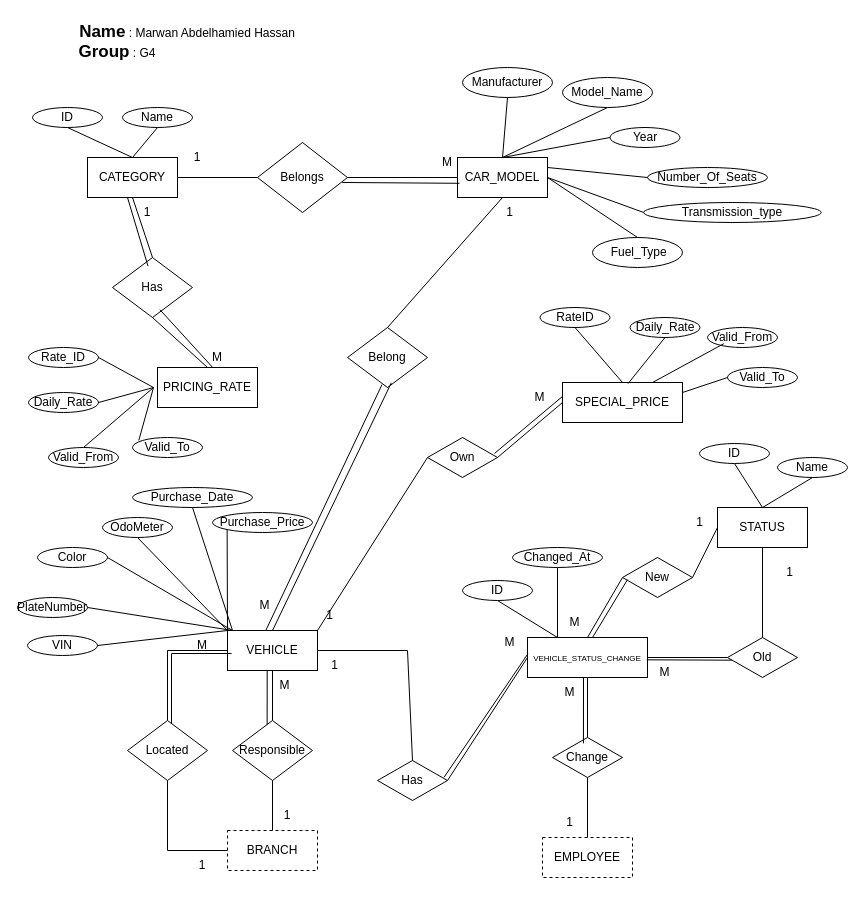
Before: page "Fleet, Categories, and Pricing" (2 of 16) of DriveNow.drawio in Maro282/Maro282-Database-Assignment-1, a draw.io diagram. Source tidied: cells renumbered, new cells numbered last; positions are measured from the earlier drawing's top-left corner, leaving out a move shared by most shapes. Both pictures are drawn from the tidied source at 100%, with x=0, y=0 at pixel (17, 17).
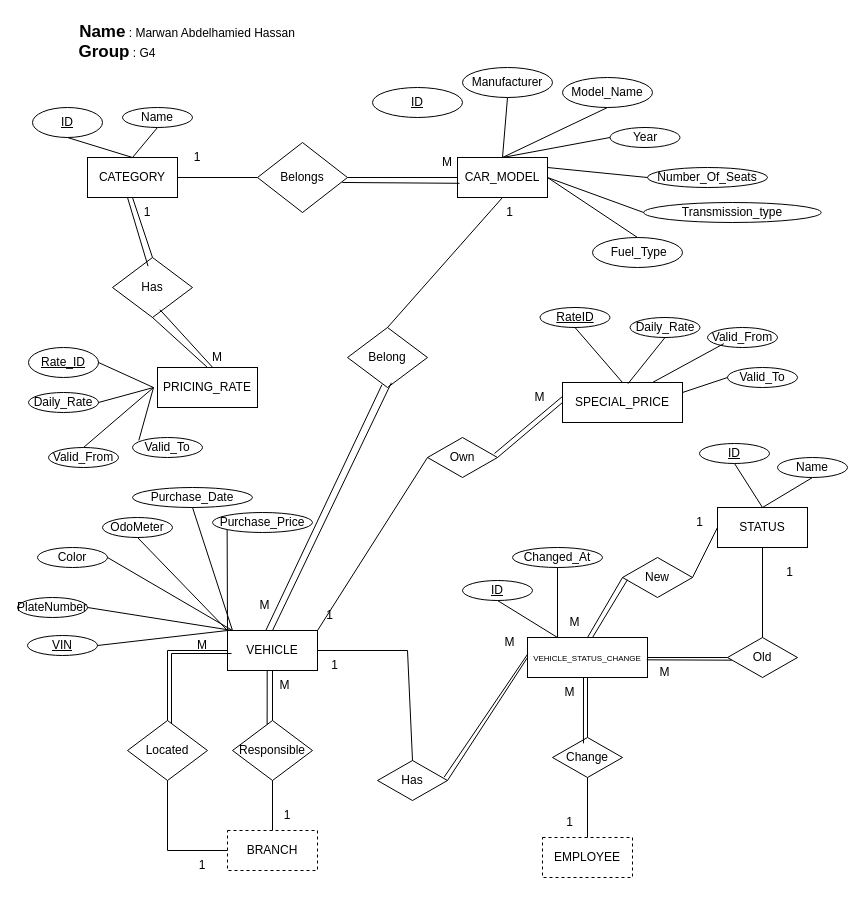
The same page after the edit.

The edit, as a diff of the source:
```diff
@@
-    <mxCell id="11" value="Has" style="rhombus;whiteSpace=wrap;html=1;shapeInside=1;" parent="1" vertex="1">
+    <mxCell id="11" value="Has" style="rhombus;whiteSpace=wrap;html=1;shapeInside=1;fontStyle=0;" parent="1" vertex="1">
       <mxGeometry x="95" y="240" width="80" height="60" as="geometry" />
     </mxCell>
@@
-    <mxCell id="73" value="ID" style="ellipse;whiteSpace=wrap;html=1;shapeInside=1;" parent="1" vertex="1">
+    <mxCell id="73" value="ID" style="ellipse;whiteSpace=wrap;html=1;shapeInside=1;fontStyle=4;" parent="1" vertex="1">
       <mxGeometry x="682" y="426" width="70" height="20" as="geometry" />
     </mxCell>
@@
-    <mxCell id="76" value="RateID" style="ellipse;whiteSpace=wrap;html=1;shapeInside=1;" parent="1" vertex="1">
+    <mxCell id="76" value="RateID" style="ellipse;whiteSpace=wrap;html=1;shapeInside=1;fontStyle=4;" parent="1" vertex="1">
       <mxGeometry x="522.5" y="290" width="70" height="20" as="geometry" />
     </mxCell>
@@
-    <mxCell id="81" value="ID" style="ellipse;whiteSpace=wrap;html=1;shapeInside=1;" parent="1" vertex="1">
-      <mxGeometry x="15" y="90" width="70" height="20" as="geometry" />
+    <mxCell id="81" value="ID" style="ellipse;whiteSpace=wrap;html=1;shapeInside=1;fontStyle=4;" parent="1" vertex="1">
+      <mxGeometry x="15" y="90" width="70" height="30" as="geometry" />
     </mxCell>
@@
-    <mxCell id="96" value="Rate_ID" style="ellipse;whiteSpace=wrap;html=1;shapeInside=1;" parent="1" vertex="1">
-      <mxGeometry x="11" y="330" width="70" height="20" as="geometry" />
+    <mxCell id="96" value="Rate_ID" style="ellipse;whiteSpace=wrap;html=1;shapeInside=1;fontStyle=4;" parent="1" vertex="1">
+      <mxGeometry x="11" y="330" width="70" height="30" as="geometry" />
     </mxCell>
@@
-    <mxCell id="105" value="VIN" style="ellipse;whiteSpace=wrap;html=1;shapeInside=1;" parent="1" vertex="1">
+    <mxCell id="105" value="VIN" style="ellipse;whiteSpace=wrap;html=1;shapeInside=1;fontStyle=4;" parent="1" vertex="1">
       <mxGeometry x="10" y="618" width="70" height="20" as="geometry" />
     </mxCell>
@@
-    <mxCell id="120" value="ID" style="ellipse;whiteSpace=wrap;html=1;shapeInside=1;" parent="1" vertex="1">
+    <mxCell id="120" value="ID" style="ellipse;whiteSpace=wrap;html=1;shapeInside=1;fontStyle=4;" parent="1" vertex="1">
       <mxGeometry x="445" y="563" width="70" height="20" as="geometry" />
     </mxCell>
@@
+    <mxCell id="126" value="&lt;u&gt;ID&lt;/u&gt;" style="ellipse;whiteSpace=wrap;html=1;shapeInside=1;" parent="1" vertex="1">
+      <mxGeometry x="355" y="70" width="90" height="30" as="geometry" />
+    </mxCell>
```
